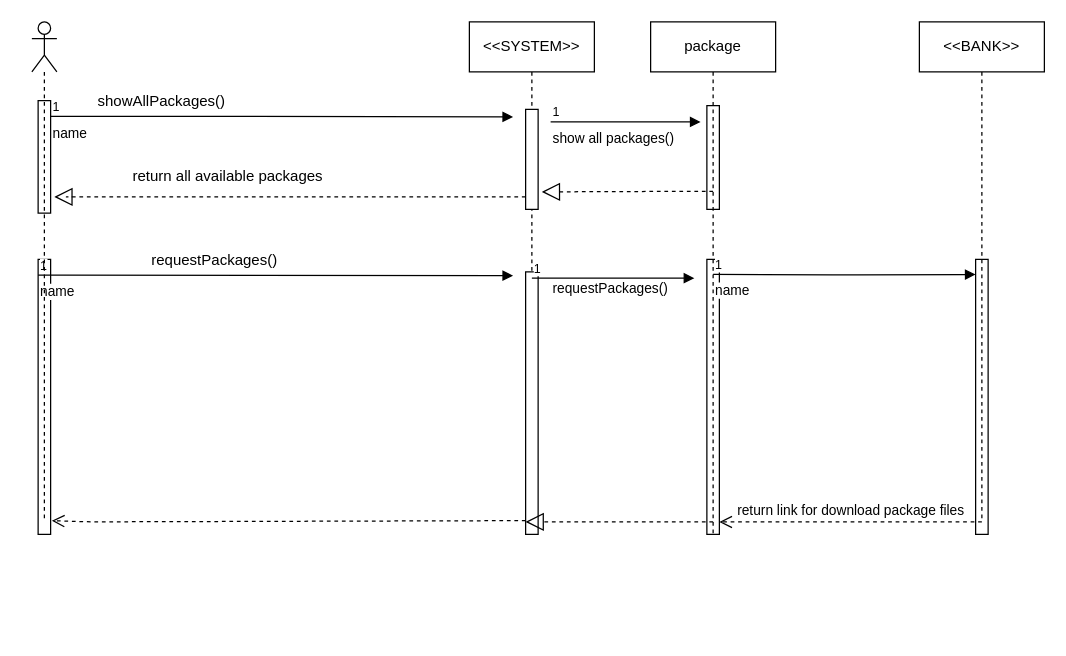
This is Behavioral Modeling/Sequence Diagram/buyPackageSequenceDiagram.drawio from mmohajer9/sama-online-coaching-system, a draw.io file, before an edit. Source tidied: cells renumbered, new cells numbered last; positions are measured from the earlier drawing's top-left corner, leaving out a move shared by most shapes. Both pictures are drawn from the tidied source at 125%, with x=0, y=0 at pixel (31, 21).
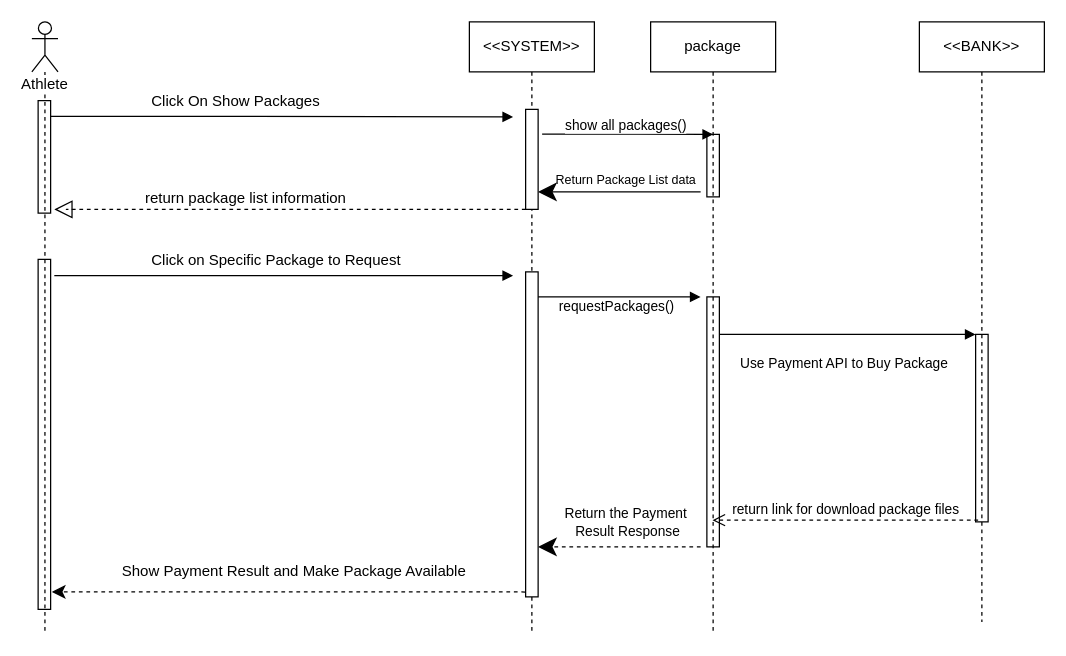
Above is the later version.

Unchanged cells that the change refers to:
```xml
<mxCell id="23" style="html=1;points=[];perimeter=orthogonalPerimeter;" parent="22" vertex="1">
  <mxGeometry x="45" y="70" width="10" height="80" as="geometry" />
</mxCell>
```

Change to the diagram source:
```diff
@@
     <mxCell id="2" style="html=1;points=[];perimeter=orthogonalPerimeter;" parent="1" vertex="1">
-      <mxGeometry x="5" y="190" width="10" height="220" as="geometry" />
+      <mxGeometry x="5" y="190" width="10" height="280" as="geometry" />
     </mxCell>
     <mxCell id="3" style="html=1;points=[];perimeter=orthogonalPerimeter;" parent="1" vertex="1">
-      <mxGeometry x="540" y="190" width="10" height="220" as="geometry" />
+      <mxGeometry x="540" y="220" width="10" height="200" as="geometry" />
     </mxCell>
-    <mxCell id="4" value="name" style="endArrow=block;endFill=1;html=1;edgeStyle=orthogonalEdgeStyle;align=left;verticalAlign=top;" parent="1" edge="1">
-      <mxGeometry x="-1" relative="1" as="geometry">
+    <mxCell id="4" style="endArrow=block;endFill=1;html=1;edgeStyle=orthogonalEdgeStyle;align=left;verticalAlign=top;" parent="1" edge="1">
+      <mxGeometry x="-0.68" y="-42" relative="1" as="geometry">
         <mxPoint x="15" y="75.5" as="sourcePoint" />
         <mxPoint x="385" y="76" as="targetPoint" />
         <Array as="points">
           <mxPoint x="75" y="75.5" />
           <mxPoint x="75" y="75.5" />
         </Array>
+        <mxPoint x="-40" y="-28" as="offset" />
       </mxGeometry>
     </mxCell>
-    <mxCell id="5" value="1" style="html=1;align=left;verticalAlign=bottom;labelBackgroundColor=#ffffff;fontSize=10;" parent="4" vertex="1">
-      <mxGeometry x="-1" relative="1" as="geometry" />
-    </mxCell>
-    <mxCell id="6" value="showAllPackages()" style="text;strokeColor=none;fillColor=none;align=left;verticalAlign=top;spacingLeft=4;spacingRight=4;overflow=hidden;" parent="1" vertex="1">
-      <mxGeometry x="47" y="50" width="120" height="26" as="geometry" />
+    <mxCell id="6" value="Click On Show Packages" style="text;strokeColor=none;fillColor=none;align=left;verticalAlign=top;spacingLeft=4;spacingRight=4;overflow=hidden;" parent="1" vertex="1">
+      <mxGeometry x="90" y="50" width="218" height="26" as="geometry" />
     </mxCell>
-    <mxCell id="7" value="requestPackages()" style="text;strokeColor=none;fillColor=none;align=left;verticalAlign=top;spacingLeft=4;spacingRight=4;overflow=hidden;" parent="1" vertex="1">
-      <mxGeometry x="90" y="177" width="110" height="26" as="geometry" />
+    <mxCell id="7" value="Click on Specific Package to Request" style="text;strokeColor=none;fillColor=none;align=left;verticalAlign=top;spacingLeft=4;spacingRight=4;overflow=hidden;" parent="1" vertex="1">
+      <mxGeometry x="90" y="177" width="255" height="26" as="geometry" />
     </mxCell>
-    <mxCell id="8" value="name" style="endArrow=block;endFill=1;html=1;edgeStyle=orthogonalEdgeStyle;align=left;verticalAlign=top;entryX=0;entryY=0.055;entryDx=0;entryDy=0;entryPerimeter=0;" parent="1" edge="1" target="13">
-      <mxGeometry x="-1" relative="1" as="geometry">
-        <mxPoint x="545" y="202" as="sourcePoint" />
+    <mxCell id="8" value="Use Payment API to Buy Package" style="endArrow=block;endFill=1;html=1;edgeStyle=orthogonalEdgeStyle;align=left;verticalAlign=top;" parent="1" edge="1">
+      <mxGeometry x="-0.85" y="-10" relative="1" as="geometry">
+        <mxPoint x="550" y="250" as="sourcePoint" />
+        <mxPoint x="755" y="250" as="targetPoint" />
       </mxGeometry>
     </mxCell>
-    <mxCell id="9" value="1" style="html=1;align=left;verticalAlign=bottom;labelBackgroundColor=#ffffff;fontSize=10;" parent="8" vertex="1">
-      <mxGeometry x="-1" relative="1" as="geometry" />
-    </mxCell>
-    <mxCell id="10" style="endArrow=block;dashed=1;endFill=0;endSize=12;html=1;" parent="1" edge="1" source="23">
+    <mxCell id="10" style="endArrow=block;dashed=1;endFill=0;endSize=12;html=1;" parent="1" edge="1">
       <mxGeometry relative="1" as="geometry">
-        <mxPoint x="18" y="140" as="targetPoint" />
+        <mxPoint x="395" y="150" as="sourcePoint" />
+        <mxPoint x="18" y="150" as="targetPoint" />
         <Array as="points">
-          <mxPoint x="25" y="140" />
+          <mxPoint x="25" y="150" />
         </Array>
       </mxGeometry>
     </mxCell>
-    <mxCell id="11" value="return all available packages" style="text;strokeColor=none;fillColor=none;align=left;verticalAlign=top;spacingLeft=4;spacingRight=4;overflow=hidden;" parent="1" vertex="1">
-      <mxGeometry x="75" y="110" width="170" height="26" as="geometry" />
+    <mxCell id="11" value="return package list information" style="text;strokeColor=none;fillColor=none;align=left;verticalAlign=top;spacingLeft=4;spacingRight=4;overflow=hidden;" parent="1" vertex="1">
+      <mxGeometry x="85" y="127" width="170" height="26" as="geometry" />
     </mxCell>
@@
     <mxCell id="13" style="html=1;points=[];perimeter=orthogonalPerimeter;" parent="1" vertex="1">
-      <mxGeometry x="755" y="190" width="10" height="220" as="geometry" />
+      <mxGeometry x="755" y="250" width="10" height="150" as="geometry" />
     </mxCell>
-    <mxCell id="14" value="name" style="endArrow=block;endFill=1;html=1;edgeStyle=orthogonalEdgeStyle;align=left;verticalAlign=top;" parent="1" edge="1">
+    <mxCell id="14" style="endArrow=block;endFill=1;html=1;edgeStyle=orthogonalEdgeStyle;align=left;verticalAlign=top;" parent="1" edge="1">
       <mxGeometry x="-1" relative="1" as="geometry">
-        <mxPoint x="5" y="202.5" as="sourcePoint" />
+        <mxPoint x="25" y="203" as="sourcePoint" />
         <mxPoint x="385" y="203" as="targetPoint" />
         <Array as="points">
           <mxPoint x="15" y="202.5" />
           <mxPoint x="276" y="202.5" />
         </Array>
       </mxGeometry>
     </mxCell>
-    <mxCell id="15" value="1" style="html=1;align=left;verticalAlign=bottom;labelBackgroundColor=#ffffff;fontSize=10;" parent="14" vertex="1">
-      <mxGeometry x="-1" relative="1" as="geometry" />
-    </mxCell>
-    <mxCell id="16" value="return link for download package files" style="html=1;verticalAlign=bottom;endArrow=open;dashed=1;endSize=8;entryX=1;entryY=0.955;entryDx=0;entryDy=0;entryPerimeter=0;" parent="1" edge="1" target="3">
-      <mxGeometry relative="1" as="geometry">
-        <mxPoint x="760" y="400" as="sourcePoint" />
-      </mxGeometry>
+    <mxCell id="16" value="return link for download package files" style="html=1;verticalAlign=bottom;endArrow=open;endSize=8;exitX=0.2;exitY=0.991;exitDx=0;exitDy=0;exitPerimeter=0;dashed=1;" parent="1" edge="1" source="13" target="19">
+      <mxGeometry relative="1" as="geometry" />
     </mxCell>
-    <mxCell id="17" style="html=1;verticalAlign=bottom;endArrow=open;dashed=1;endSize=8;entryX=1.1;entryY=0.95;entryDx=0;entryDy=0;entryPerimeter=0;" parent="1" edge="1" target="2">
-      <mxGeometry relative="1" as="geometry">
-        <mxPoint x="395" y="399" as="sourcePoint" />
-        <Array as="points">
-          <mxPoint x="45" y="400" />
-        </Array>
-      </mxGeometry>
+    <mxCell id="17" style="html=1;verticalAlign=bottom;endArrow=classic;endSize=8;entryX=1.1;entryY=0.95;entryDx=0;entryDy=0;entryPerimeter=0;exitX=-0.04;exitY=0.985;exitDx=0;exitDy=0;exitPerimeter=0;endFill=1;dashed=1;" parent="1" edge="1" source="26" target="2">
+      <mxGeometry relative="1" as="geometry" />
     </mxCell>
     <mxCell id="18" style="html=1;perimeter=orthogonalPerimeter;" parent="1" vertex="1">
-      <mxGeometry x="540" y="67" width="10" height="83" as="geometry" />
+      <mxGeometry x="540" y="90" width="10" height="50" as="geometry" />
     </mxCell>
-    <mxCell id="19" value="package" style="shape=umlLifeline;perimeter=lifelinePerimeter;whiteSpace=wrap;html=1;outlineConnect=0;" parent="1" vertex="1">
-      <mxGeometry x="495" width="100" height="410" as="geometry" />
+    <mxCell id="19" value="package" style="shape=umlLifeline;perimeter=lifelinePerimeter;whiteSpace=wrap;html=1;outlineConnect=0;perimeterSpacing=0;" parent="1" vertex="1">
+      <mxGeometry x="495" width="100" height="490" as="geometry" />
     </mxCell>
     <mxCell id="20" value="&amp;lt;&amp;lt;BANK&amp;gt;&amp;gt;" style="shape=umlLifeline;perimeter=lifelinePerimeter;whiteSpace=wrap;html=1;" parent="1" vertex="1">
-      <mxGeometry x="710" width="100" height="400" as="geometry" />
+      <mxGeometry x="710" width="100" height="480" as="geometry" />
     </mxCell>
-    <mxCell id="21" style="shape=umlLifeline;participant=umlActor;perimeter=lifelinePerimeter;whiteSpace=wrap;html=1;verticalAlign=top;spacingTop=36;labelBackgroundColor=#ffffff;" parent="1" vertex="1">
-      <mxGeometry width="20" height="400" as="geometry" />
+    <mxCell id="21" value="Athlete" style="shape=umlLifeline;participant=umlActor;perimeter=lifelinePerimeter;whiteSpace=wrap;html=1;verticalAlign=top;spacingTop=36;labelBackgroundColor=#ffffff;" parent="1" vertex="1">
+      <mxGeometry width="20.9" height="490" as="geometry" />
     </mxCell>
     <mxCell id="22" value="&amp;lt;&amp;lt;SYSTEM&amp;gt;&amp;gt;" style="shape=umlLifeline;perimeter=lifelinePerimeter;whiteSpace=wrap;html=1;" parent="1" vertex="1">
-      <mxGeometry x="350" width="100" height="410" as="geometry" />
+      <mxGeometry x="350" width="100" height="490" as="geometry" />
     </mxCell>
@@
-    <mxCell id="24" value="show all packages()" style="endArrow=block;endFill=1;html=1;edgeStyle=orthogonalEdgeStyle;align=left;verticalAlign=top;" parent="22" edge="1">
-      <mxGeometry x="-1" relative="1" as="geometry">
-        <mxPoint x="65" y="80" as="sourcePoint" />
-        <mxPoint x="185" y="80" as="targetPoint" />
-      </mxGeometry>
-    </mxCell>
-    <mxCell id="25" value="1" style="html=1;align=left;verticalAlign=bottom;labelBackgroundColor=#ffffff;fontSize=10;" parent="24" vertex="1">
-      <mxGeometry x="-1" relative="1" as="geometry" />
-    </mxCell>
     <mxCell id="26" style="html=1;points=[];perimeter=orthogonalPerimeter;" parent="22" vertex="1">
-      <mxGeometry x="45" y="200" width="10" height="210" as="geometry" />
+      <mxGeometry x="45" y="200" width="10" height="260" as="geometry" />
     </mxCell>
-    <mxCell id="27" style="endArrow=block;dashed=1;endFill=0;endSize=12;html=1;entryX=1.3;entryY=0.825;entryDx=0;entryDy=0;entryPerimeter=0;" parent="1" edge="1" target="23">
+    <mxCell id="27" style="endArrow=classic;endFill=1;endSize=12;html=1;" parent="1" edge="1">
       <mxGeometry relative="1" as="geometry">
-        <mxPoint x="545" y="135.5" as="sourcePoint" />
+        <mxPoint x="535" y="136" as="sourcePoint" />
+        <mxPoint x="405" y="136" as="targetPoint" />
       </mxGeometry>
     </mxCell>
     <mxCell id="28" value="requestPackages()" style="endArrow=block;endFill=1;html=1;edgeStyle=orthogonalEdgeStyle;align=left;verticalAlign=top;" parent="1" edge="1">
       <mxGeometry x="-0.77" y="5" relative="1" as="geometry">
-        <mxPoint x="400" y="205" as="sourcePoint" />
-        <mxPoint x="530" y="205" as="targetPoint" />
+        <mxPoint x="405" y="220" as="sourcePoint" />
+        <mxPoint x="535" y="220" as="targetPoint" />
+        <Array as="points">
+          <mxPoint x="480" y="220" />
+          <mxPoint x="480" y="220" />
+        </Array>
       </mxGeometry>
     </mxCell>
-    <mxCell id="29" value="1" style="html=1;align=left;verticalAlign=bottom;labelBackgroundColor=#ffffff;fontSize=10;" parent="28" vertex="1">
-      <mxGeometry x="-1" relative="1" as="geometry" />
-    </mxCell>
-    <mxCell id="30" style="endArrow=block;dashed=1;endFill=0;endSize=12;html=1;" parent="1" edge="1">
+    <mxCell id="30" style="endArrow=classic;endFill=1;endSize=12;html=1;dashed=1;" parent="1" edge="1">
       <mxGeometry relative="1" as="geometry">
-        <mxPoint x="545" y="400" as="sourcePoint" />
-        <mxPoint x="395" y="400" as="targetPoint" />
+        <mxPoint x="535" y="420" as="sourcePoint" />
+        <mxPoint x="405" y="420" as="targetPoint" />
       </mxGeometry>
     </mxCell>
+    <mxCell id="24" value="show all packages()" style="endArrow=block;endFill=1;html=1;edgeStyle=orthogonalEdgeStyle;align=left;verticalAlign=top;exitX=1.32;exitY=0.248;exitDx=0;exitDy=0;exitPerimeter=0;" parent="1" edge="1" source="23">
+      <mxGeometry x="-0.75" y="20" relative="1" as="geometry">
+        <mxPoint x="545" y="90" as="targetPoint" />
+      </mxGeometry>
+    </mxCell>
+    <mxCell id="31" value="&lt;font style=&quot;font-size: 10px&quot;&gt;Return Package List data&lt;/font&gt;" style="text;html=1;align=center;verticalAlign=middle;" parent="1" vertex="1">
+      <mxGeometry x="410" y="116" width="130" height="20" as="geometry" />
+    </mxCell>
+    <mxCell id="32" value="&lt;font style=&quot;font-size: 11px&quot;&gt;Return the Payment&lt;br&gt;&amp;nbsp;Result Response&lt;/font&gt;" style="text;html=1;align=center;verticalAlign=middle;" parent="1" vertex="1">
+      <mxGeometry x="420" y="385" width="110" height="30" as="geometry" />
+    </mxCell>
+    <mxCell id="33" value="Show Payment Result and Make Package Available" style="text;html=1;strokeColor=none;fillColor=none;align=center;verticalAlign=middle;whiteSpace=wrap;rounded=0;" parent="1" vertex="1">
+      <mxGeometry x="45" y="430" width="330" height="20" as="geometry" />
+    </mxCell>
```
